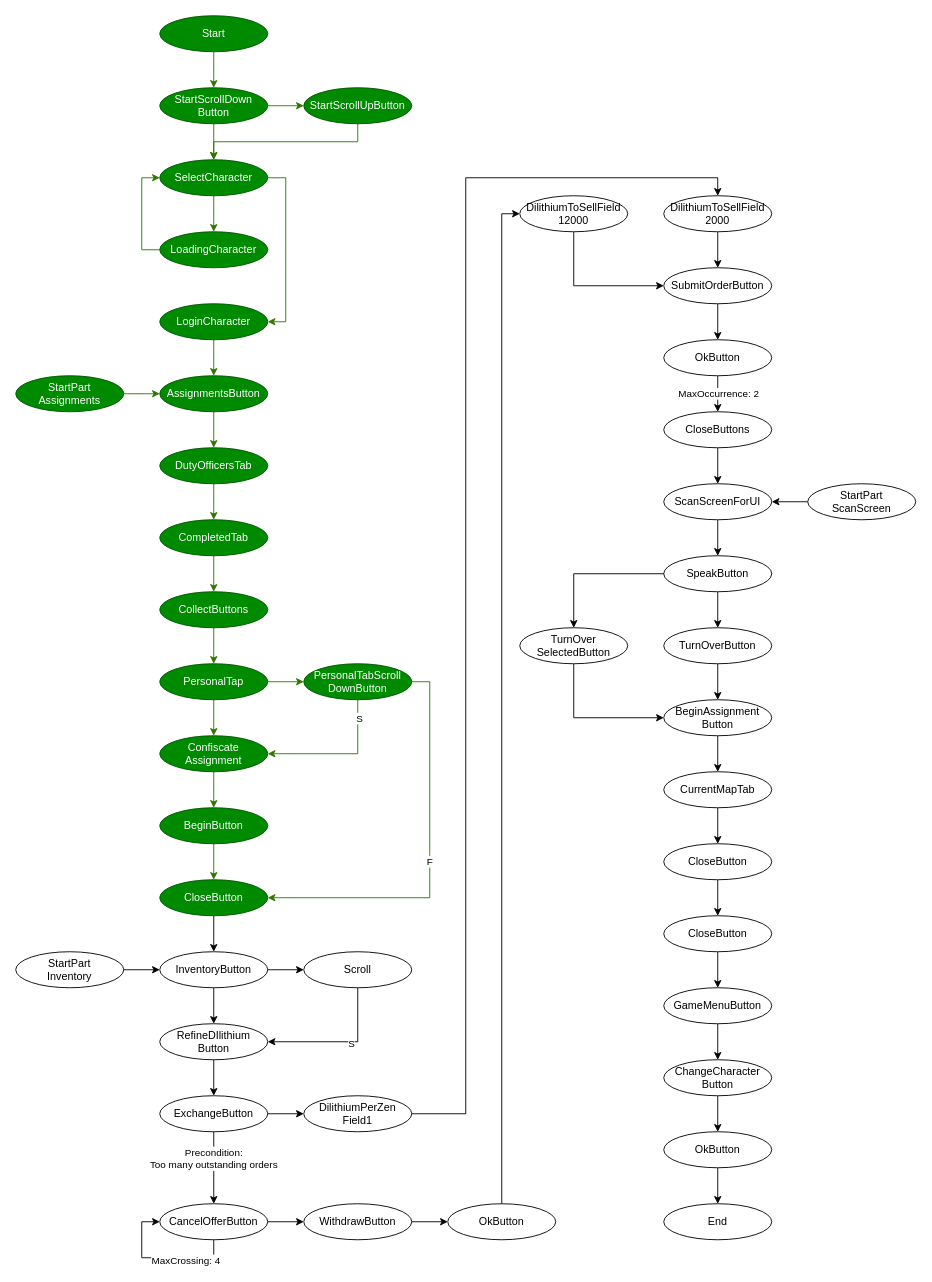
Tomaszon/AutoFarmer keeps this draw.io diagram as AutoFarmer.drawio. Above is the earlier version. Source tidied: cells renumbered, new cells numbered last; positions are measured from the earlier drawing's top-left corner, leaving out a move shared by most shapes. Both pictures are drawn from the tidied source at 90%, with x=0, y=0 at pixel (15, 15).
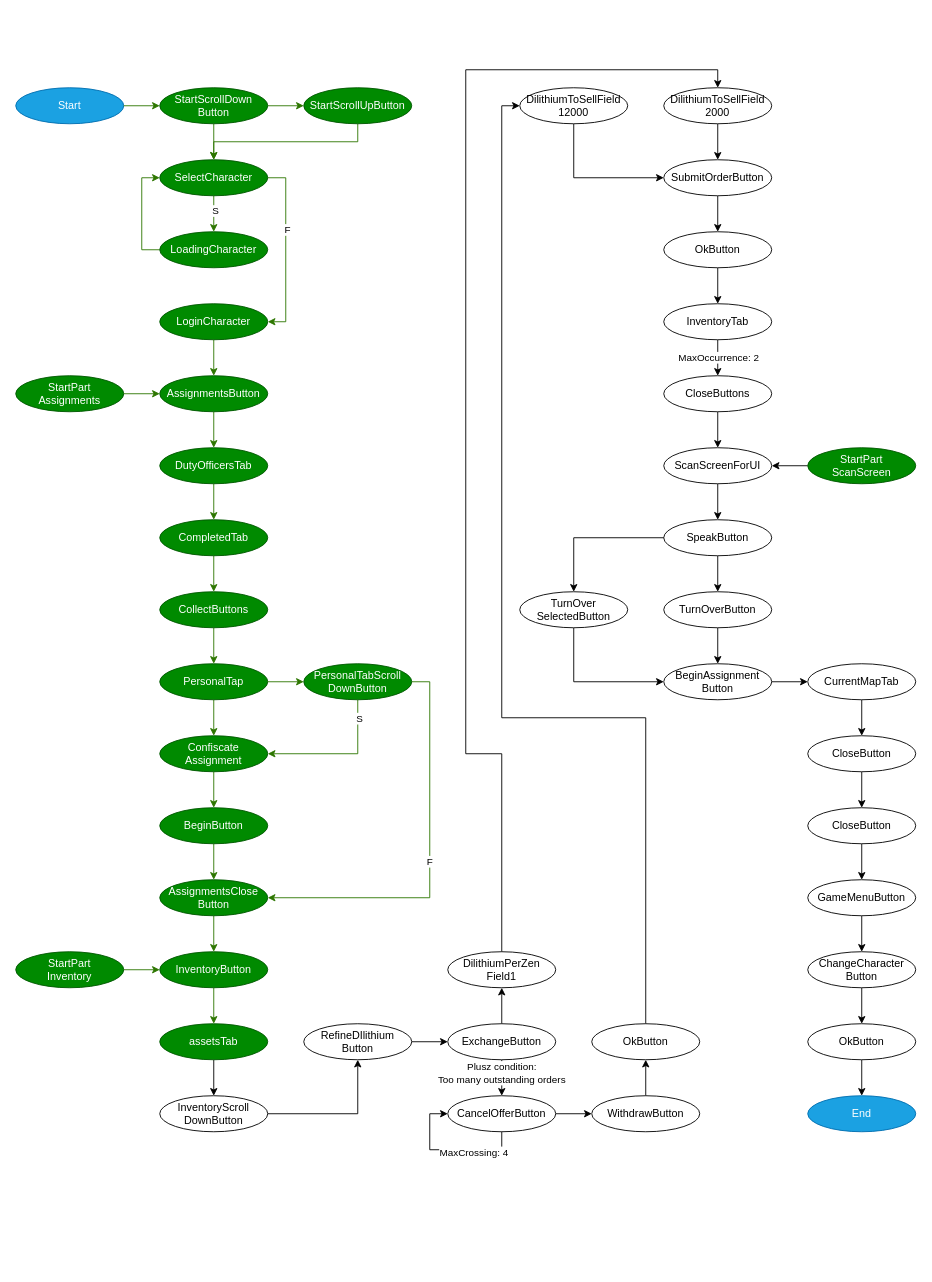
After the change.

The change refers to these unchanged cells:
```xml
<mxCell id="32" style="edgeStyle=orthogonalEdgeStyle;rounded=0;jettySize=auto;html=1;" parent="1" edge="1" source="34" target="36">
  <mxGeometry relative="1" as="geometry" />
</mxCell>
<mxCell id="76" value="StartScrollDown&lt;br&gt;Button" style="ellipse;whiteSpace=wrap;html=1;fillColor=#008a00;strokeColor=#005700;fontColor=#ffffff;" parent="1" vertex="1">
  <mxGeometry x="160" y="80" width="120" height="40" as="geometry" />
</mxCell>
<mxCell id="77" style="edgeStyle=orthogonalEdgeStyle;rounded=0;jettySize=auto;html=1;exitX=0.5;exitY=1;exitDx=0;exitDy=0;entryX=0.5;entryY=0;entryDx=0;entryDy=0;fillColor=#60a917;strokeColor=#2D7600;" parent="1" edge="1" source="79" target="81">
  <mxGeometry relative="1" as="geometry" />
</mxCell>
<mxCell id="78" style="edgeStyle=orthogonalEdgeStyle;rounded=0;jettySize=auto;html=1;exitX=1;exitY=0.5;exitDx=0;exitDy=0;entryX=1;entryY=0.5;entryDx=0;entryDy=0;fillColor=#60a917;strokeColor=#2D7600;" parent="1" edge="1" source="79" target="4">
  <mxGeometry relative="1" as="geometry" />
</mxCell>
```

Diff of the diagram source:
```diff
@@
-    <mxCell id="2" value="Start" style="ellipse;whiteSpace=wrap;html=1;fillColor=#008a00;strokeColor=#005700;fontColor=#ffffff;" parent="1" vertex="1">
-      <mxGeometry x="160" width="120" height="40" as="geometry" />
+    <mxCell id="2" value="Start" style="ellipse;whiteSpace=wrap;html=1;fillColor=#1ba1e2;strokeColor=#006EAF;fontColor=#ffffff;strokeWidth=1;perimeterSpacing=0;" parent="1" vertex="1">
+      <mxGeometry y="80" width="120" height="40" as="geometry" />
     </mxCell>
@@
-    <mxCell id="21" style="edgeStyle=orthogonalEdgeStyle;rounded=0;jettySize=auto;html=1;" parent="1" edge="1" source="22" target="25">
+    <mxCell id="21" style="edgeStyle=orthogonalEdgeStyle;rounded=0;jettySize=auto;html=1;fillColor=#60a917;strokeColor=#2D7600;" parent="1" edge="1" source="22" target="25">
       <mxGeometry relative="1" as="geometry" />
     </mxCell>
-    <mxCell id="22" value="CloseButton" style="ellipse;whiteSpace=wrap;html=1;fillColor=#008a00;strokeColor=#005700;fontColor=#ffffff;" parent="1" vertex="1">
+    <mxCell id="22" value="AssignmentsClose&lt;br&gt;Button" style="ellipse;whiteSpace=wrap;html=1;fillColor=#008a00;strokeColor=#005700;fontColor=#ffffff;" parent="1" vertex="1">
       <mxGeometry x="160" y="960" width="120" height="40" as="geometry" />
     </mxCell>
-    <mxCell id="23" style="edgeStyle=orthogonalEdgeStyle;rounded=0;jettySize=auto;html=1;" parent="1" edge="1" source="25" target="30">
-      <mxGeometry relative="1" as="geometry" />
-    </mxCell>
-    <mxCell id="24" style="edgeStyle=orthogonalEdgeStyle;rounded=0;jettySize=auto;html=1;" parent="1" edge="1" source="25" target="28">
-      <mxGeometry relative="1" as="geometry" />
-    </mxCell>
+    <mxCell id="100" style="edgeStyle=orthogonalEdgeStyle;rounded=0;jettySize=auto;html=1;fillColor=#60a917;strokeColor=#2D7600;" parent="1" edge="1" source="25" target="102">
+      <mxGeometry relative="1" as="geometry" />
+    </mxCell>
-    <mxCell id="25" value="InventoryButton" style="ellipse;whiteSpace=wrap;html=1;" parent="1" vertex="1">
+    <mxCell id="25" value="InventoryButton" style="ellipse;whiteSpace=wrap;html=1;fillColor=#008a00;strokeColor=#005700;fontColor=#ffffff;" parent="1" vertex="1">
       <mxGeometry x="160" y="1040" width="120" height="40" as="geometry" />
     </mxCell>
+    <mxCell id="101" style="edgeStyle=orthogonalEdgeStyle;rounded=0;jettySize=auto;html=1;exitX=0.5;exitY=1;exitDx=0;exitDy=0;entryX=0.5;entryY=0;entryDx=0;entryDy=0;" parent="1" edge="1" source="102" target="28">
+      <mxGeometry relative="1" as="geometry" />
+    </mxCell>
+    <mxCell id="102" value="assetsTab" style="ellipse;whiteSpace=wrap;html=1;fillColor=#008a00;strokeColor=#005700;fontColor=#ffffff;" parent="1" vertex="1">
+      <mxGeometry x="160" y="1120" width="120" height="40" as="geometry" />
+    </mxCell>
-    <mxCell id="26" style="edgeStyle=orthogonalEdgeStyle;rounded=0;jettySize=auto;html=1;exitX=0.5;exitY=1;exitDx=0;exitDy=0;entryX=1;entryY=0.5;entryDx=0;entryDy=0;" parent="1" edge="1" source="28" target="30">
-      <mxGeometry relative="1" as="geometry" />
+    <mxCell id="26" style="edgeStyle=orthogonalEdgeStyle;rounded=0;jettySize=auto;html=1;exitX=1;exitY=0.5;exitDx=0;exitDy=0;entryX=0.5;entryY=1;entryDx=0;entryDy=0;" parent="1" edge="1" source="28" target="30">
+      <mxGeometry relative="1" as="geometry">
+        <Array as="points">
+          <mxPoint x="380" y="1220" />
+        </Array>
+      </mxGeometry>
     </mxCell>
-    <mxCell id="27" value="S" style="edgeLabel;html=1;align=center;verticalAlign=middle;" parent="26" vertex="1">
-      <mxGeometry x="-0.17" y="-2" relative="1" as="geometry">
-        <mxPoint x="-2" y="3" as="offset" />
-      </mxGeometry>
-    </mxCell>
-    <mxCell id="28" value="Scroll" style="ellipse;whiteSpace=wrap;html=1;" parent="1" vertex="1">
-      <mxGeometry x="320" y="1040" width="120" height="40" as="geometry" />
+    <mxCell id="28" value="InventoryScroll&lt;br&gt;DownButton" style="ellipse;whiteSpace=wrap;html=1;" parent="1" vertex="1">
+      <mxGeometry x="160" y="1200" width="120" height="40" as="geometry" />
     </mxCell>
-    <mxCell id="29" style="edgeStyle=orthogonalEdgeStyle;rounded=0;jettySize=auto;html=1;" parent="1" edge="1" source="30" target="34">
+    <mxCell id="29" style="edgeStyle=orthogonalEdgeStyle;rounded=0;jettySize=auto;html=1;exitX=1;exitY=0.5;exitDx=0;exitDy=0;" parent="1" edge="1" source="30" target="34">
       <mxGeometry relative="1" as="geometry" />
     </mxCell>
     <mxCell id="30" value="RefineDIlithium&lt;br&gt;Button" style="ellipse;whiteSpace=wrap;html=1;" parent="1" vertex="1">
-      <mxGeometry x="160" y="1120" width="120" height="40" as="geometry" />
+      <mxGeometry x="320" y="1120" width="120" height="40" as="geometry" />
     </mxCell>
@@
-    <mxCell id="33" value="Precondition:&lt;br&gt;Too many outstanding&amp;nbsp;orders" style="edgeLabel;html=1;align=center;verticalAlign=middle;" parent="32" vertex="1">
+    <mxCell id="33" value="Plusz condition:&lt;br&gt;Too many outstanding&amp;nbsp;orders" style="edgeLabel;html=1;align=center;verticalAlign=middle;" parent="32" vertex="1">
       <mxGeometry x="-0.28" y="-1" relative="1" as="geometry" />
     </mxCell>
     <mxCell id="34" value="ExchangeButton" style="ellipse;whiteSpace=wrap;html=1;" parent="1" vertex="1">
-      <mxGeometry x="160" y="1200" width="120" height="40" as="geometry" />
+      <mxGeometry x="480" y="1120" width="120" height="40" as="geometry" />
     </mxCell>
@@
     <mxCell id="36" value="CancelOfferButton" style="ellipse;whiteSpace=wrap;html=1;" parent="1" vertex="1">
-      <mxGeometry x="160" y="1320" width="120" height="40" as="geometry" />
+      <mxGeometry x="480" y="1200" width="120" height="40" as="geometry" />
     </mxCell>
@@
     <mxCell id="38" value="WithdrawButton" style="ellipse;whiteSpace=wrap;html=1;" parent="1" vertex="1">
-      <mxGeometry x="320" y="1320" width="120" height="40" as="geometry" />
+      <mxGeometry x="640" y="1200" width="120" height="40" as="geometry" />
     </mxCell>
     <mxCell id="39" style="edgeStyle=orthogonalEdgeStyle;rounded=0;jettySize=auto;html=1;exitX=0.5;exitY=0;exitDx=0;exitDy=0;entryX=0;entryY=0.5;entryDx=0;entryDy=0;" parent="1" edge="1" source="40" target="93">
-      <mxGeometry relative="1" as="geometry" />
+      <mxGeometry relative="1" as="geometry">
+        <Array as="points">
+          <mxPoint x="700" y="780" />
+          <mxPoint x="540" y="780" />
+          <mxPoint x="540" y="100" />
+        </Array>
+      </mxGeometry>
     </mxCell>
     <mxCell id="40" value="OkButton" style="ellipse;whiteSpace=wrap;html=1;" parent="1" vertex="1">
-      <mxGeometry x="480" y="1320" width="120" height="40" as="geometry" />
+      <mxGeometry x="640" y="1120" width="120" height="40" as="geometry" />
     </mxCell>
-    <mxCell id="41" style="edgeStyle=orthogonalEdgeStyle;rounded=0;jettySize=auto;html=1;exitX=1;exitY=0.5;exitDx=0;exitDy=0;" parent="1" edge="1" source="42" target="44">
+    <mxCell id="41" style="edgeStyle=orthogonalEdgeStyle;rounded=0;jettySize=auto;html=1;exitX=0.5;exitY=0;exitDx=0;exitDy=0;" parent="1" edge="1" source="42" target="44">
       <mxGeometry relative="1" as="geometry">
         <Array as="points">
-          <mxPoint x="500" y="1220" />
-          <mxPoint x="500" y="180" />
+          <mxPoint x="540" y="820" />
+          <mxPoint x="500" y="820" />
+          <mxPoint x="500" y="60" />
+          <mxPoint x="780" y="60" />
         </Array>
       </mxGeometry>
     </mxCell>
     <mxCell id="42" value="DilithiumPerZen&lt;br&gt;Field1" style="ellipse;whiteSpace=wrap;html=1;" parent="1" vertex="1">
-      <mxGeometry x="320" y="1200" width="120" height="40" as="geometry" />
+      <mxGeometry x="480" y="1040" width="120" height="40" as="geometry" />
     </mxCell>
@@
     <mxCell id="44" value="DilithiumToSellField&lt;br&gt;2000" style="ellipse;whiteSpace=wrap;html=1;" parent="1" vertex="1">
-      <mxGeometry x="720" y="200" width="120" height="40" as="geometry" />
+      <mxGeometry x="720" y="80" width="120" height="40" as="geometry" />
     </mxCell>
@@
     <mxCell id="46" value="SubmitOrderButton" style="ellipse;whiteSpace=wrap;html=1;" parent="1" vertex="1">
-      <mxGeometry x="720" y="280" width="120" height="40" as="geometry" />
+      <mxGeometry x="720" y="160" width="120" height="40" as="geometry" />
     </mxCell>
-    <mxCell id="47" style="edgeStyle=orthogonalEdgeStyle;rounded=0;jettySize=auto;html=1;" parent="1" edge="1" source="49" target="51">
+    <mxCell id="47" style="edgeStyle=orthogonalEdgeStyle;rounded=0;jettySize=auto;html=1;exitX=0.5;exitY=1;exitDx=0;exitDy=0;" parent="1" edge="1" source="104" target="51">
       <mxGeometry relative="1" as="geometry" />
     </mxCell>
@@
+    <mxCell id="103" style="edgeStyle=orthogonalEdgeStyle;rounded=0;jettySize=auto;html=1;" parent="1" edge="1" source="49" target="104">
+      <mxGeometry relative="1" as="geometry" />
+    </mxCell>
     <mxCell id="49" value="OkButton" style="ellipse;whiteSpace=wrap;html=1;" parent="1" vertex="1">
-      <mxGeometry x="720" y="360" width="120" height="40" as="geometry" />
+      <mxGeometry x="720" y="240" width="120" height="40" as="geometry" />
     </mxCell>
+    <mxCell id="104" value="InventoryTab" style="ellipse;whiteSpace=wrap;html=1;" parent="1" vertex="1">
+      <mxGeometry x="720" y="320" width="120" height="40" as="geometry" />
+    </mxCell>
@@
     <mxCell id="51" value="CloseButtons" style="ellipse;whiteSpace=wrap;html=1;" parent="1" vertex="1">
-      <mxGeometry x="720" y="440" width="120" height="40" as="geometry" />
+      <mxGeometry x="720" y="400" width="120" height="40" as="geometry" />
     </mxCell>
@@
     <mxCell id="53" value="ScanScreenForUI" style="ellipse;whiteSpace=wrap;html=1;" parent="1" vertex="1">
-      <mxGeometry x="720" y="520" width="120" height="40" as="geometry" />
+      <mxGeometry x="720" y="480" width="120" height="40" as="geometry" />
     </mxCell>
@@
     <mxCell id="55" style="edgeStyle=orthogonalEdgeStyle;rounded=0;jettySize=auto;html=1;exitX=1;exitY=0.5;exitDx=0;exitDy=0;entryX=0.5;entryY=0;entryDx=0;entryDy=0;" parent="1" edge="1" source="56" target="95">
       <mxGeometry relative="1" as="geometry">
         <Array as="points">
-          <mxPoint x="620" y="620" />
+          <mxPoint x="620" y="580" />
         </Array>
       </mxGeometry>
     </mxCell>
     <mxCell id="56" value="SpeakButton" style="ellipse;whiteSpace=wrap;html=1;" parent="1" vertex="1">
-      <mxGeometry x="720" y="600" width="120" height="40" as="geometry" />
+      <mxGeometry x="720" y="560" width="120" height="40" as="geometry" />
     </mxCell>
@@
     <mxCell id="58" value="TurnOverButton" style="ellipse;whiteSpace=wrap;html=1;" parent="1" vertex="1">
-      <mxGeometry x="720" y="680" width="120" height="40" as="geometry" />
+      <mxGeometry x="720" y="640" width="120" height="40" as="geometry" />
     </mxCell>
@@
     <mxCell id="60" value="BeginAssignment&lt;br&gt;Button" style="ellipse;whiteSpace=wrap;html=1;" parent="1" vertex="1">
-      <mxGeometry x="720" y="760" width="120" height="40" as="geometry" />
+      <mxGeometry x="720" y="720" width="120" height="40" as="geometry" />
     </mxCell>
@@
     <mxCell id="62" value="CurrentMapTab" style="ellipse;whiteSpace=wrap;html=1;" parent="1" vertex="1">
-      <mxGeometry x="720" y="840" width="120" height="40" as="geometry" />
+      <mxGeometry x="880" y="720" width="120" height="40" as="geometry" />
     </mxCell>
@@
     <mxCell id="64" value="CloseButton" style="ellipse;whiteSpace=wrap;html=1;" parent="1" vertex="1">
-      <mxGeometry x="720" y="920" width="120" height="40" as="geometry" />
+      <mxGeometry x="880" y="800" width="120" height="40" as="geometry" />
     </mxCell>
@@
     <mxCell id="66" value="CloseButton" style="ellipse;whiteSpace=wrap;html=1;" parent="1" vertex="1">
-      <mxGeometry x="720" y="1000" width="120" height="40" as="geometry" />
+      <mxGeometry x="880" y="880" width="120" height="40" as="geometry" />
     </mxCell>
@@
     <mxCell id="68" value="GameMenuButton" style="ellipse;whiteSpace=wrap;html=1;" parent="1" vertex="1">
-      <mxGeometry x="720" y="1080" width="120" height="40" as="geometry" />
+      <mxGeometry x="880" y="960" width="120" height="40" as="geometry" />
     </mxCell>
@@
     <mxCell id="70" value="ChangeCharacter&lt;br&gt;Button" style="ellipse;whiteSpace=wrap;html=1;" parent="1" vertex="1">
-      <mxGeometry x="720" y="1160" width="120" height="40" as="geometry" />
+      <mxGeometry x="880" y="1040" width="120" height="40" as="geometry" />
     </mxCell>
@@
     <mxCell id="72" value="OkButton" style="ellipse;whiteSpace=wrap;html=1;" parent="1" vertex="1">
-      <mxGeometry x="720" y="1240" width="120" height="40" as="geometry" />
+      <mxGeometry x="880" y="1120" width="120" height="40" as="geometry" />
     </mxCell>
-    <mxCell id="73" value="End" style="ellipse;whiteSpace=wrap;html=1;" parent="1" vertex="1">
-      <mxGeometry x="720" y="1320" width="120" height="40" as="geometry" />
+    <mxCell id="73" value="End" style="ellipse;whiteSpace=wrap;html=1;fillColor=#1ba1e2;strokeColor=#006EAF;fontColor=#ffffff;" parent="1" vertex="1">
+      <mxGeometry x="880" y="1200" width="120" height="40" as="geometry" />
     </mxCell>
@@
+    <mxCell id="27" value="S" style="edgeLabel;html=1;align=center;verticalAlign=middle;" parent="77" vertex="1">
+      <mxGeometry x="-0.21" y="1" relative="1" as="geometry" />
+    </mxCell>
@@
+    <mxCell id="105" value="F" style="edgeLabel;html=1;align=center;verticalAlign=middle;" parent="78" vertex="1">
+      <mxGeometry x="-0.23" y="1" relative="1" as="geometry" />
+    </mxCell>
@@
-    <mxCell id="84" style="endArrow=classic;html=1;entryX=0.5;entryY=0;entryDx=0;entryDy=0;exitX=0.5;exitY=1;exitDx=0;exitDy=0;fillColor=#60a917;strokeColor=#2D7600;" parent="1" edge="1" source="2" target="76">
+    <mxCell id="84" style="endArrow=classic;html=1;entryX=0;entryY=0.5;entryDx=0;entryDy=0;exitX=1;exitY=0.5;exitDx=0;exitDy=0;fillColor=#60a917;strokeColor=#2D7600;" parent="1" edge="1" source="2" target="76">
       <mxGeometry relative="1" as="geometry" />
     </mxCell>
@@
     <mxCell id="90" style="edgeStyle=orthogonalEdgeStyle;rounded=0;orthogonalLoop=1;jettySize=auto;html=1;exitX=0.5;exitY=1;exitDx=0;exitDy=0;entryX=0;entryY=0.5;entryDx=0;entryDy=0;" parent="1" edge="1" source="36" target="36">
       <mxGeometry relative="1" as="geometry">
         <Array as="points">
-          <mxPoint x="220" y="1380" />
-          <mxPoint x="140" y="1380" />
-          <mxPoint x="140" y="1340" />
+          <mxPoint x="540" y="1260" />
+          <mxPoint x="460" y="1260" />
+          <mxPoint x="460" y="1220" />
         </Array>
       </mxGeometry>
     </mxCell>
@@
     <mxCell id="93" value="DilithiumToSellField&lt;br&gt;12000" style="ellipse;whiteSpace=wrap;html=1;" parent="1" vertex="1">
-      <mxGeometry x="560" y="200" width="120" height="40" as="geometry" />
+      <mxGeometry x="560" y="80" width="120" height="40" as="geometry" />
     </mxCell>
@@
     <mxCell id="95" value="TurnOver&lt;br&gt;SelectedButton" style="ellipse;whiteSpace=wrap;html=1;" parent="1" vertex="1">
-      <mxGeometry x="560" y="680" width="120" height="40" as="geometry" />
+      <mxGeometry x="560" y="640" width="120" height="40" as="geometry" />
     </mxCell>
-    <mxCell id="96" style="edgeStyle=orthogonalEdgeStyle;rounded=0;jettySize=auto;html=1;exitX=1;exitY=0.5;exitDx=0;exitDy=0;entryX=0;entryY=0.5;entryDx=0;entryDy=0;" parent="1" edge="1" source="97" target="25">
+    <mxCell id="96" style="edgeStyle=orthogonalEdgeStyle;rounded=0;jettySize=auto;html=1;exitX=1;exitY=0.5;exitDx=0;exitDy=0;entryX=0;entryY=0.5;entryDx=0;entryDy=0;fillColor=#60a917;strokeColor=#2D7600;" parent="1" edge="1" source="97" target="25">
       <mxGeometry relative="1" as="geometry" />
     </mxCell>
-    <mxCell id="97" value="StartPart&lt;br&gt;Inventory" style="ellipse;whiteSpace=wrap;html=1;" parent="1" vertex="1">
+    <mxCell id="97" value="StartPart&lt;br&gt;Inventory" style="ellipse;whiteSpace=wrap;html=1;fillColor=#008a00;strokeColor=#005700;fontColor=#ffffff;" parent="1" vertex="1">
       <mxGeometry y="1040" width="120" height="40" as="geometry" />
     </mxCell>
@@
-    <mxCell id="99" value="StartPart&lt;br&gt;ScanScreen" style="ellipse;whiteSpace=wrap;html=1;" parent="1" vertex="1">
-      <mxGeometry x="880" y="520" width="120" height="40" as="geometry" />
+    <mxCell id="99" value="StartPart&lt;br&gt;ScanScreen" style="ellipse;whiteSpace=wrap;html=1;fillColor=#008a00;strokeColor=#005700;fontColor=#ffffff;" parent="1" vertex="1">
+      <mxGeometry x="880" y="480" width="120" height="40" as="geometry" />
     </mxCell>
```
